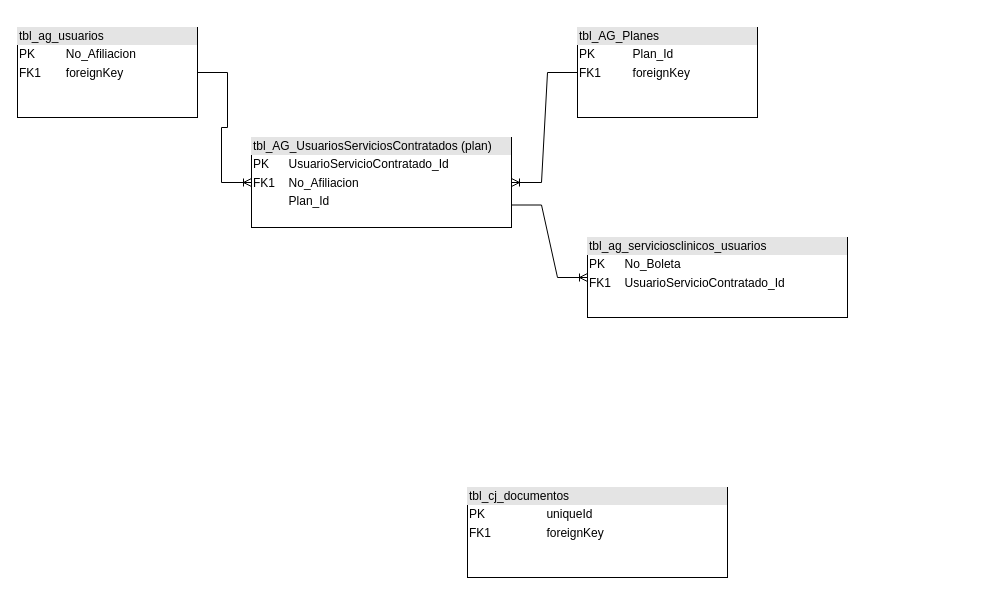
Before: page "Página-1" (1 of 2) of Diagrama sin título.drawio in rsosa02/sam-docs, a draw.io diagram. Source tidied: cells renumbered, new cells numbered last; positions are measured from the earlier drawing's top-left corner, leaving out a move shared by most shapes. Both pictures are drawn from the tidied source at 100%, with x=0, y=0 at pixel (17, 27).
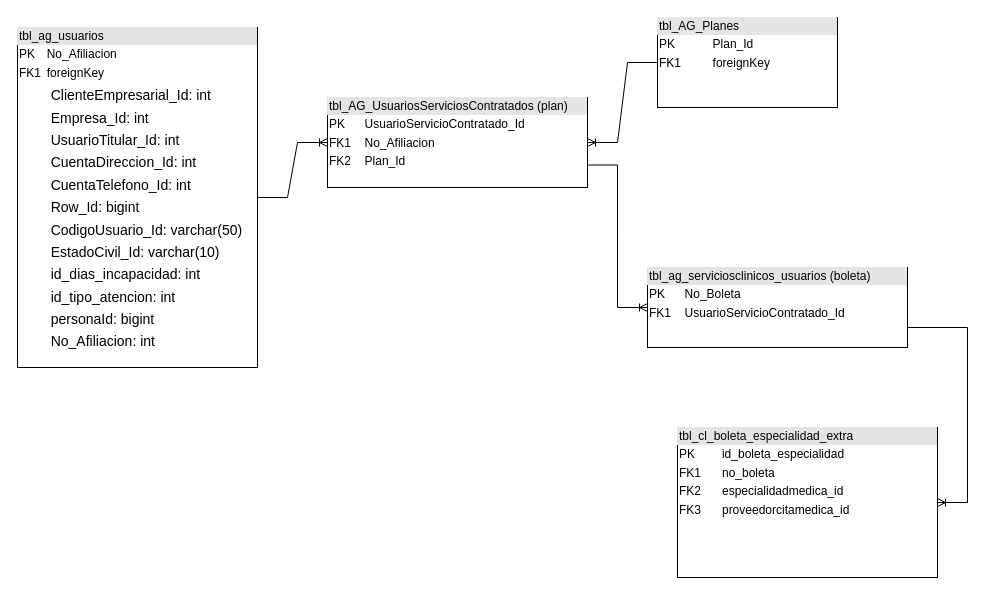
After the change.

What changed in the source:
```diff
@@
 <mxGraphModel>
   <root>
     <mxCell id="0" />
     <mxCell id="1" parent="0" />
-    <mxCell id="2" value="&lt;div style=&quot;box-sizing:border-box;width:100%;background:#e4e4e4;padding:2px;&quot;&gt;tbl_AG_UsuariosServiciosContratados (plan)&lt;/div&gt;&lt;table style=&quot;width:100%;font-size:1em;&quot; cellpadding=&quot;2&quot; cellspacing=&quot;0&quot;&gt;&lt;tbody&gt;&lt;tr&gt;&lt;td&gt;PK&lt;/td&gt;&lt;td&gt;UsuarioServicioContratado_Id&lt;/td&gt;&lt;/tr&gt;&lt;tr&gt;&lt;td&gt;FK1&lt;/td&gt;&lt;td&gt;No_Afiliacion&lt;/td&gt;&lt;/tr&gt;&lt;tr&gt;&lt;td&gt;&lt;/td&gt;&lt;td&gt;Plan_Id&lt;/td&gt;&lt;/tr&gt;&lt;/tbody&gt;&lt;/table&gt;" style="verticalAlign=top;align=left;overflow=fill;html=1;" parent="1" vertex="1">
-      <mxGeometry x="234" y="110" width="260" height="90" as="geometry" />
+    <mxCell id="2" value="&lt;div style=&quot;box-sizing:border-box;width:100%;background:#e4e4e4;padding:2px;&quot;&gt;tbl_AG_UsuariosServiciosContratados (plan)&lt;/div&gt;&lt;table style=&quot;width:100%;font-size:1em;&quot; cellpadding=&quot;2&quot; cellspacing=&quot;0&quot;&gt;&lt;tbody&gt;&lt;tr&gt;&lt;td&gt;PK&lt;/td&gt;&lt;td&gt;UsuarioServicioContratado_Id&lt;/td&gt;&lt;/tr&gt;&lt;tr&gt;&lt;td&gt;FK1&lt;/td&gt;&lt;td&gt;No_Afiliacion&lt;/td&gt;&lt;/tr&gt;&lt;tr&gt;&lt;td&gt;FK2&lt;/td&gt;&lt;td&gt;Plan_Id&lt;/td&gt;&lt;/tr&gt;&lt;/tbody&gt;&lt;/table&gt;" style="verticalAlign=top;align=left;overflow=fill;html=1;" parent="1" vertex="1">
+      <mxGeometry x="310" y="70" width="260" height="90" as="geometry" />
     </mxCell>
-    <mxCell id="3" value="&lt;div style=&quot;box-sizing:border-box;width:100%;background:#e4e4e4;padding:2px;&quot;&gt;tbl_ag_usuarios&lt;/div&gt;&lt;table style=&quot;width:100%;font-size:1em;&quot; cellpadding=&quot;2&quot; cellspacing=&quot;0&quot;&gt;&lt;tbody&gt;&lt;tr&gt;&lt;td&gt;PK&lt;/td&gt;&lt;td&gt;No_Afiliacion&lt;/td&gt;&lt;/tr&gt;&lt;tr&gt;&lt;td&gt;FK1&lt;/td&gt;&lt;td&gt;foreignKey&lt;/td&gt;&lt;/tr&gt;&lt;tr&gt;&lt;td&gt;&lt;/td&gt;&lt;td&gt;&lt;br&gt;&lt;/td&gt;&lt;/tr&gt;&lt;/tbody&gt;&lt;/table&gt;" style="verticalAlign=top;align=left;overflow=fill;html=1;" parent="1" vertex="1">
-      <mxGeometry width="180" height="90" as="geometry" />
+    <mxCell id="3" value="&lt;div style=&quot;box-sizing:border-box;width:100%;background:#e4e4e4;padding:2px;&quot;&gt;tbl_ag_usuarios&lt;/div&gt;&lt;table style=&quot;width:100%;font-size:1em;&quot; cellpadding=&quot;2&quot; cellspacing=&quot;0&quot;&gt;&lt;tbody&gt;&lt;tr&gt;&lt;td&gt;PK&lt;/td&gt;&lt;td&gt;No_Afiliacion&lt;/td&gt;&lt;/tr&gt;&lt;tr&gt;&lt;td&gt;FK1&lt;/td&gt;&lt;td&gt;foreignKey&lt;/td&gt;&lt;/tr&gt;&lt;tr&gt;&lt;td&gt;&lt;/td&gt;&lt;td&gt;&lt;p style=&quot;font-size: 14px; margin: 0px 0px 0px 4px; line-height: 1.6;&quot;&gt;ClienteEmpresarial_Id: int&lt;br&gt;Empresa_Id: int&lt;br&gt;UsuarioTitular_Id: int&lt;br&gt;CuentaDireccion_Id: int&lt;br&gt;CuentaTelefono_Id: int&lt;br&gt;Row_Id: bigint&lt;br&gt;CodigoUsuario_Id: varchar(50)&lt;br&gt;EstadoCivil_Id: varchar(10)&lt;br&gt;id_dias_incapacidad: int&lt;br&gt;id_tipo_atencion: int&lt;br&gt;personaId: bigint&lt;br&gt;&lt;/p&gt;&lt;p style=&quot;font-size: 14px; margin: 0px 0px 0px 4px; line-height: 1.6;&quot;&gt;No_Afiliacion: int&lt;/p&gt;&lt;/td&gt;&lt;/tr&gt;&lt;/tbody&gt;&lt;/table&gt;" style="verticalAlign=top;align=left;overflow=fill;html=1;" parent="1" vertex="1">
+      <mxGeometry width="240" height="340" as="geometry" />
     </mxCell>
-    <mxCell id="4" value="&lt;div style=&quot;box-sizing:border-box;width:100%;background:#e4e4e4;padding:2px;&quot;&gt;tbl_cj_documentos&lt;/div&gt;&lt;table style=&quot;width:100%;font-size:1em;&quot; cellpadding=&quot;2&quot; cellspacing=&quot;0&quot;&gt;&lt;tbody&gt;&lt;tr&gt;&lt;td&gt;PK&lt;/td&gt;&lt;td&gt;uniqueId&lt;/td&gt;&lt;/tr&gt;&lt;tr&gt;&lt;td&gt;FK1&lt;/td&gt;&lt;td&gt;foreignKey&lt;/td&gt;&lt;/tr&gt;&lt;tr&gt;&lt;td&gt;&lt;/td&gt;&lt;td&gt;&lt;br&gt;&lt;/td&gt;&lt;/tr&gt;&lt;/tbody&gt;&lt;/table&gt;" style="verticalAlign=top;align=left;overflow=fill;html=1;" parent="1" vertex="1">
-      <mxGeometry x="450" y="460" width="260" height="90" as="geometry" />
+    <mxCell id="4" value="&lt;div style=&quot;box-sizing:border-box;width:100%;background:#e4e4e4;padding:2px;&quot;&gt;tbl_cl_boleta_especialidad_extra&lt;/div&gt;&lt;table style=&quot;width:100%;font-size:1em;&quot; cellpadding=&quot;2&quot; cellspacing=&quot;0&quot;&gt;&lt;tbody&gt;&lt;tr&gt;&lt;td&gt;PK&lt;/td&gt;&lt;td&gt;id_boleta_especialidad&lt;/td&gt;&lt;/tr&gt;&lt;tr&gt;&lt;td&gt;FK1&lt;/td&gt;&lt;td&gt;no_boleta&amp;nbsp;&lt;br&gt;&lt;/td&gt;&lt;/tr&gt;&lt;tr&gt;&lt;td&gt;FK2&lt;/td&gt;&lt;td&gt;especialidadmedica_id&lt;br&gt;&lt;/td&gt;&lt;/tr&gt;&lt;tr&gt;&lt;td&gt;FK3&lt;/td&gt;&lt;td&gt;proveedorcitamedica_id&lt;br&gt;&lt;/td&gt;&lt;/tr&gt;&lt;/tbody&gt;&lt;/table&gt;" style="verticalAlign=top;align=left;overflow=fill;html=1;" parent="1" vertex="1">
+      <mxGeometry x="660" y="400" width="260" height="150" as="geometry" />
     </mxCell>
-    <mxCell id="5" value="&lt;div style=&quot;box-sizing:border-box;width:100%;background:#e4e4e4;padding:2px;&quot;&gt;tbl_ag_serviciosclinicos_usuarios&lt;/div&gt;&lt;table style=&quot;width:100%;font-size:1em;&quot; cellpadding=&quot;2&quot; cellspacing=&quot;0&quot;&gt;&lt;tbody&gt;&lt;tr&gt;&lt;td&gt;PK&lt;/td&gt;&lt;td&gt;No_Boleta&lt;/td&gt;&lt;/tr&gt;&lt;tr&gt;&lt;td&gt;FK1&lt;/td&gt;&lt;td&gt;UsuarioServicioContratado_Id&lt;/td&gt;&lt;/tr&gt;&lt;tr&gt;&lt;td&gt;&lt;/td&gt;&lt;td&gt;&lt;br&gt;&lt;/td&gt;&lt;/tr&gt;&lt;/tbody&gt;&lt;/table&gt;" style="verticalAlign=top;align=left;overflow=fill;html=1;" parent="1" vertex="1">
-      <mxGeometry x="570" y="210" width="260" height="80" as="geometry" />
+    <mxCell id="5" value="&lt;div style=&quot;box-sizing:border-box;width:100%;background:#e4e4e4;padding:2px;&quot;&gt;tbl_ag_serviciosclinicos_usuarios (boleta)&lt;/div&gt;&lt;table style=&quot;width:100%;font-size:1em;&quot; cellpadding=&quot;2&quot; cellspacing=&quot;0&quot;&gt;&lt;tbody&gt;&lt;tr&gt;&lt;td&gt;PK&lt;/td&gt;&lt;td&gt;No_Boleta&lt;/td&gt;&lt;/tr&gt;&lt;tr&gt;&lt;td&gt;FK1&lt;/td&gt;&lt;td&gt;UsuarioServicioContratado_Id&lt;/td&gt;&lt;/tr&gt;&lt;tr&gt;&lt;td&gt;&lt;/td&gt;&lt;td&gt;&lt;br&gt;&lt;/td&gt;&lt;/tr&gt;&lt;/tbody&gt;&lt;/table&gt;" style="verticalAlign=top;align=left;overflow=fill;html=1;" parent="1" vertex="1">
+      <mxGeometry x="630" y="240" width="260" height="80" as="geometry" />
     </mxCell>
     <mxCell id="6" value="&lt;div style=&quot;box-sizing:border-box;width:100%;background:#e4e4e4;padding:2px;&quot;&gt;tbl_AG_Planes&lt;/div&gt;&lt;table style=&quot;width:100%;font-size:1em;&quot; cellpadding=&quot;2&quot; cellspacing=&quot;0&quot;&gt;&lt;tbody&gt;&lt;tr&gt;&lt;td&gt;PK&lt;/td&gt;&lt;td&gt;Plan_Id&lt;/td&gt;&lt;/tr&gt;&lt;tr&gt;&lt;td&gt;FK1&lt;/td&gt;&lt;td&gt;foreignKey&lt;/td&gt;&lt;/tr&gt;&lt;tr&gt;&lt;td&gt;&lt;/td&gt;&lt;td&gt;&lt;br&gt;&lt;/td&gt;&lt;/tr&gt;&lt;/tbody&gt;&lt;/table&gt;" style="verticalAlign=top;align=left;overflow=fill;html=1;" parent="1" vertex="1">
-      <mxGeometry x="560" width="180" height="90" as="geometry" />
+      <mxGeometry x="640" y="-10" width="180" height="90" as="geometry" />
     </mxCell>
     <mxCell id="7" style="edgeStyle=entityRelationEdgeStyle;fontSize=12;html=1;endArrow=ERoneToMany;rounded=0;fontFamily=Helvetica;exitX=1;exitY=0.5;exitDx=0;exitDy=0;" parent="1" edge="1" source="3" target="2">
       <mxGeometry relative="1" as="geometry" />
     </mxCell>
     <mxCell id="8" style="edgeStyle=entityRelationEdgeStyle;fontSize=12;html=1;endArrow=ERoneToMany;rounded=0;fontFamily=Helvetica;exitX=0;exitY=0.5;exitDx=0;exitDy=0;entryX=1;entryY=0.5;entryDx=0;entryDy=0;" parent="1" edge="1" source="6" target="2">
       <mxGeometry relative="1" as="geometry" />
     </mxCell>
     <mxCell id="9" style="edgeStyle=entityRelationEdgeStyle;fontSize=12;html=1;endArrow=ERoneToMany;rounded=0;fontFamily=Helvetica;entryX=0;entryY=0.5;entryDx=0;entryDy=0;exitX=1;exitY=0.75;exitDx=0;exitDy=0;" parent="1" edge="1" source="2" target="5">
       <mxGeometry relative="1" as="geometry" />
     </mxCell>
+    <mxCell id="10" style="edgeStyle=entityRelationEdgeStyle;fontSize=12;html=1;endArrow=ERoneToMany;rounded=0;fontFamily=Helvetica;exitX=1;exitY=0.75;exitDx=0;exitDy=0;" parent="1" edge="1" source="5" target="4">
+      <mxGeometry relative="1" as="geometry" />
+    </mxCell>
   </root>
 </mxGraphModel>
```
